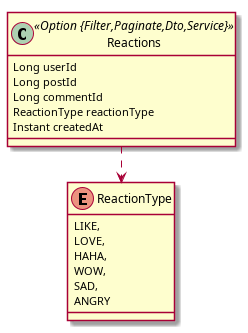
Above: infra/db/jdl/reaction_db.png in phungle2508/AppF4 (PlantUML), before the change.
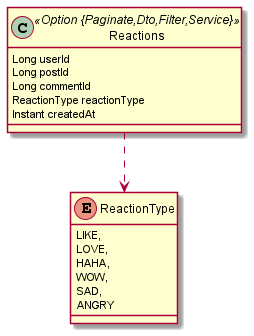
After the change.

Diff of the diagram source:
```diff
@@ -1,5 +1,4 @@
 @startuml
-	!pragma layout smetana
 	!pragma syntax class
 	enum ReactionType {
 		LIKE,
@@ -9,7 +8,7 @@
 		SAD,
 		ANGRY
 	}
-	class Reactions <<Option {Filter,Paginate,Dto,Service}>> {
+	class Reactions <<Option {Paginate,Dto,Filter,Service}>> {
 		Long userId
 		Long postId
 		Long commentId
```
